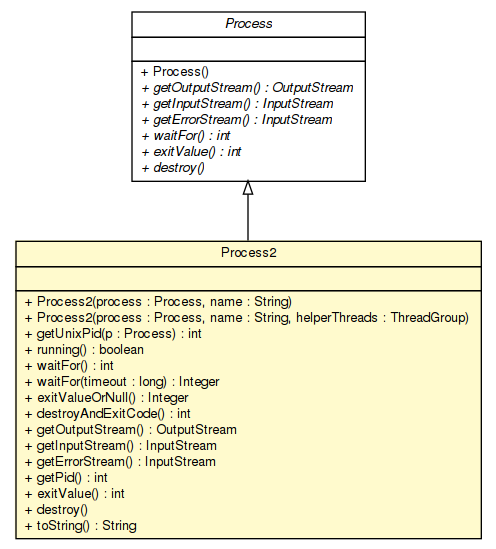
Before: apidocs/sorcer/util/Process2.png, a diagram exported from Graphviz (sorcersoft/sorcersoft.github.io). Its source is kept beside it as apidocs/sorcer/util/Process2.dot.
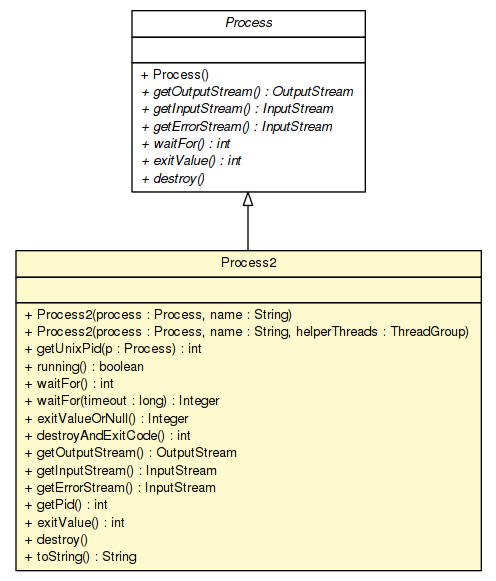
The same file after the commit.

The edit, as a diff of the source:
```diff
@@ -4,7 +4,7 @@
 	node [fontname="Helvetica",fontsize=10,shape=plaintext];
 	nodesep=0.25;
 	ranksep=0.5;
-	c344748 [label=<<table title="sorcer.util.Process2" border="0" cellborder="1" cellspacing="0" cellpadding="2" port="p" bgcolor="lemonChiffon" href="./Process2.html">
+	c390436 [label=<<table title="sorcer.util.Process2" border="0" cellborder="1" cellspacing="0" cellpadding="2" port="p" bgcolor="lemonChiffon" href="./Process2.html">
 		<tr><td><table border="0" cellspacing="0" cellpadding="1">
 <tr><td align="center" balign="center"> Process2 </td></tr>
 		</table></td></tr>
@@ -29,8 +29,8 @@
 <tr><td align="left" balign="left"> + toString() : String </td></tr>
 		</table></td></tr>
 		</table>>, URL="./Process2.html", fontname="Helvetica", fontcolor="black", fontsize=10.0];
-	c345397:p -> c344748:p [dir=back,arrowtail=empty];
-	c345397 [label=<<table title="java.lang.Process" border="0" cellborder="1" cellspacing="0" cellpadding="2" port="p" href="http://docs.oracle.com/javase/7/docs/api/java/lang/Process.html">
+	c391090:p -> c390436:p [dir=back,arrowtail=empty];
+	c391090 [label=<<table title="java.lang.Process" border="0" cellborder="1" cellspacing="0" cellpadding="2" port="p" href="http://docs.oracle.com/javase/7/docs/api/java/lang/Process.html">
 		<tr><td><table border="0" cellspacing="0" cellpadding="1">
 <tr><td align="center" balign="center"><font face="Helvetica-Oblique"> Process </font></td></tr>
 		</table></td></tr>
```
